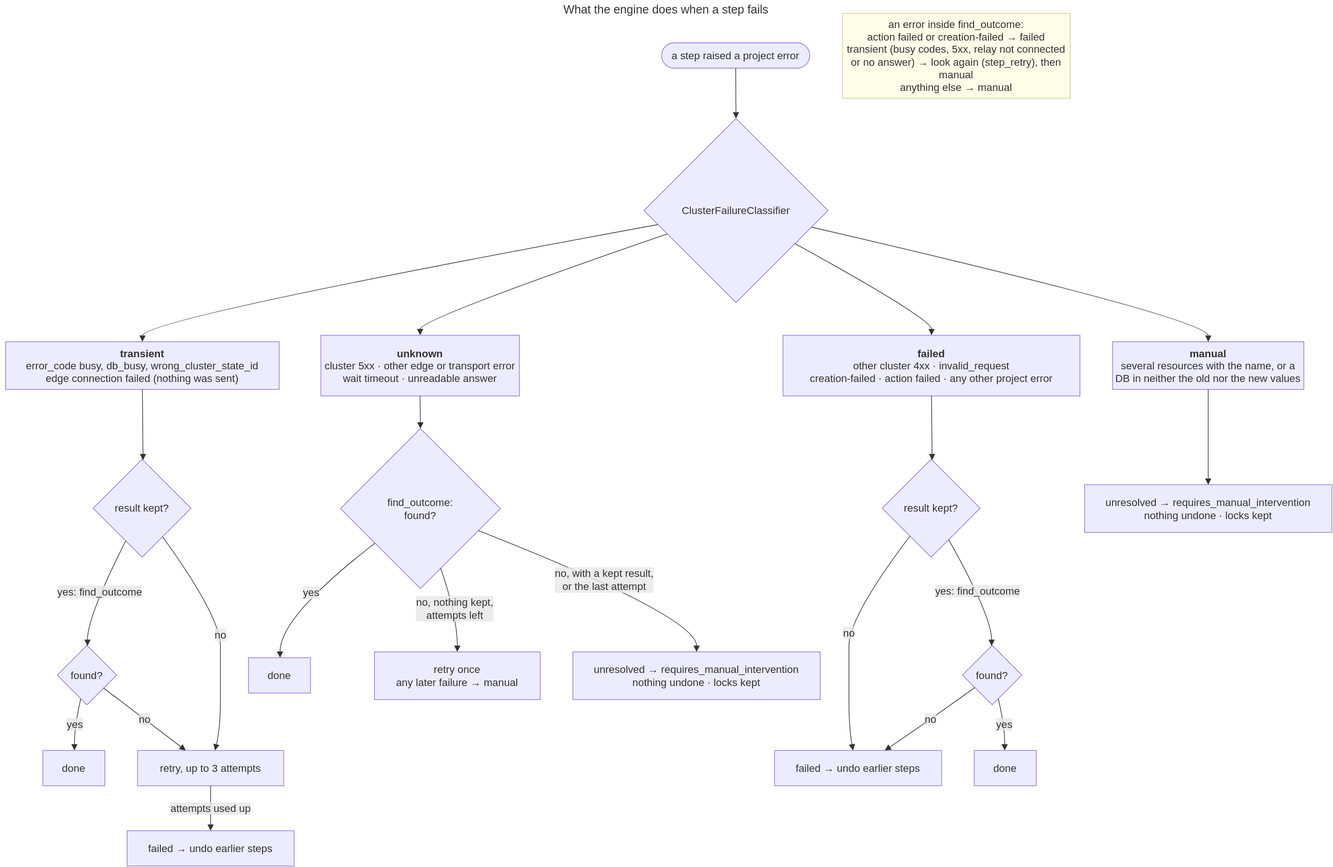
The draw.io diagram docs/diagrams/14-flow-failure-classification.drawio.svg in EliShteinman/redis-enterprise-services, before a commit. Source tidied: cells renumbered, new cells last; positions are measured from the earlier drawing's top-left corner, leaving out a move shared by most shapes.
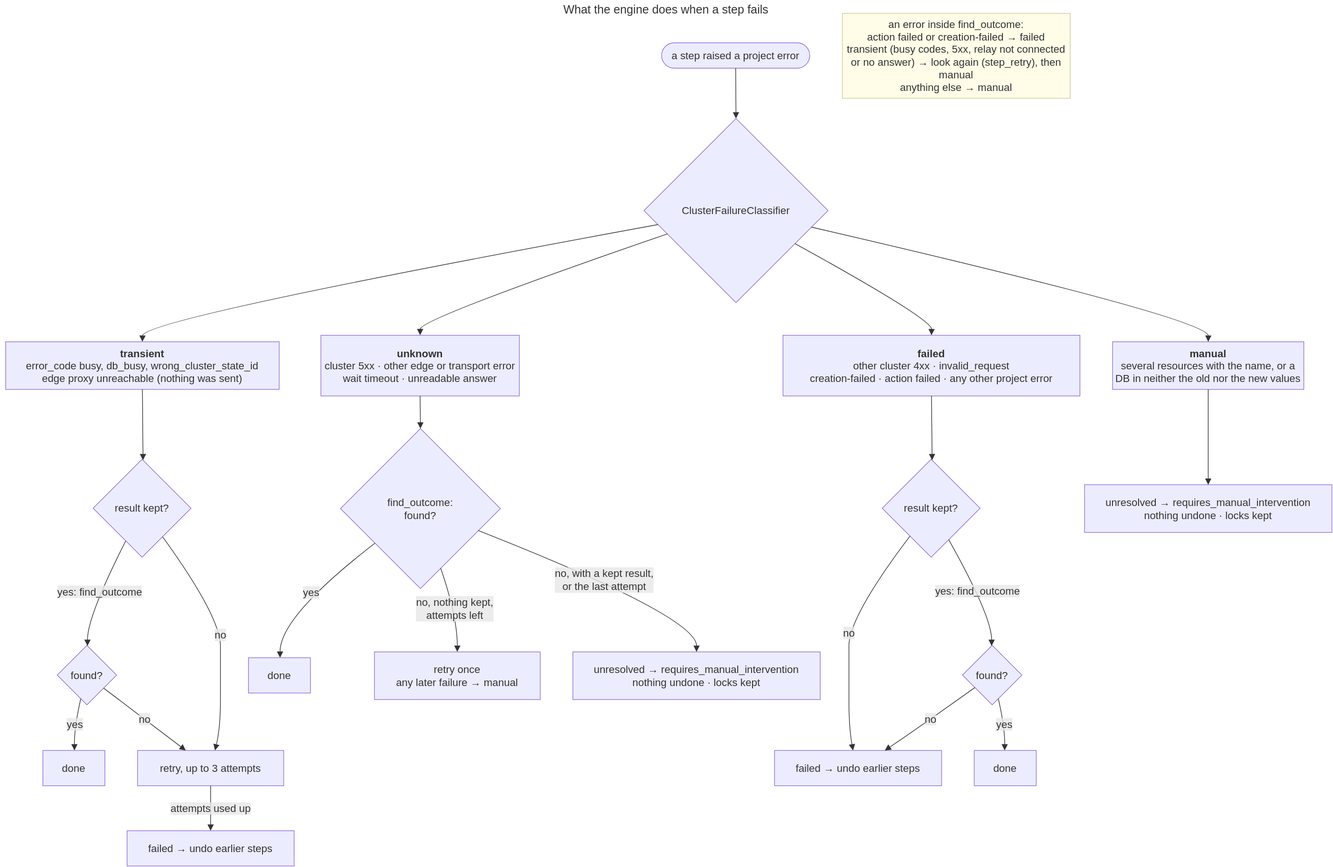
After the change.

Commit message:
docs: only an unreachable edge proxy is transient, a relay-reported connection_failed stays outcome unknown

The service retries at once only when its own connection to NGINX never
opened. A connection_failed reported by the relay is not trusted as
not-sent, so the step first looks the outcome up on the cluster.

Change to the diagram source:
```diff
@@ -8,7 +8,7 @@
     <mxCell id="3" value="ClusterFailureClassifier" style="rhombus;html=1;strokeWidth=1;whiteSpace=wrap;fillColor=light-dark(#ECECFF,#1f2020);strokeColor=light-dark(#9370DB,#cccccc);fontColor=light-dark(#333333,#cccccc);fontFamily=Trebuchet MS,Verdana,Arial,sans-serif;fontSize=16;" parent="1" vertex="1">
       <mxGeometry x="986" y="181" width="282" height="282" as="geometry" />
     </mxCell>
-    <mxCell id="4" value="&lt;b&gt;transient&lt;/b&gt;&#10;error_code busy, db_busy, wrong_cluster_state_id&#10;edge connection failed (nothing was sent)" style="html=1;whiteSpace=wrap;strokeWidth=1;fillColor=light-dark(#ECECFF,#1f2020);strokeColor=light-dark(#9370DB,#cccccc);fontColor=light-dark(#333333,#cccccc);fontFamily=Trebuchet MS,Verdana,Arial,sans-serif;fontSize=16;" parent="1" vertex="1">
+    <mxCell id="4" value="&lt;b&gt;transient&lt;/b&gt;&#10;error_code busy, db_busy, wrong_cluster_state_id&#10;edge proxy unreachable (nothing was sent)" style="html=1;whiteSpace=wrap;strokeWidth=1;fillColor=light-dark(#ECECFF,#1f2020);strokeColor=light-dark(#9370DB,#cccccc);fontColor=light-dark(#333333,#cccccc);fontFamily=Trebuchet MS,Verdana,Arial,sans-serif;fontSize=16;" parent="1" vertex="1">
       <mxGeometry x="8" y="523" width="419" height="73" as="geometry" />
     </mxCell>
     <mxCell id="5" value="&lt;b&gt;failed&lt;/b&gt;&#10;other cluster 4xx · invalid_request&#10;creation-failed · action failed · any other project error" style="html=1;whiteSpace=wrap;strokeWidth=1;fillColor=light-dark(#ECECFF,#1f2020);strokeColor=light-dark(#9370DB,#cccccc);fontColor=light-dark(#333333,#cccccc);fontFamily=Trebuchet MS,Verdana,Arial,sans-serif;fontSize=16;" parent="1" vertex="1">
```
